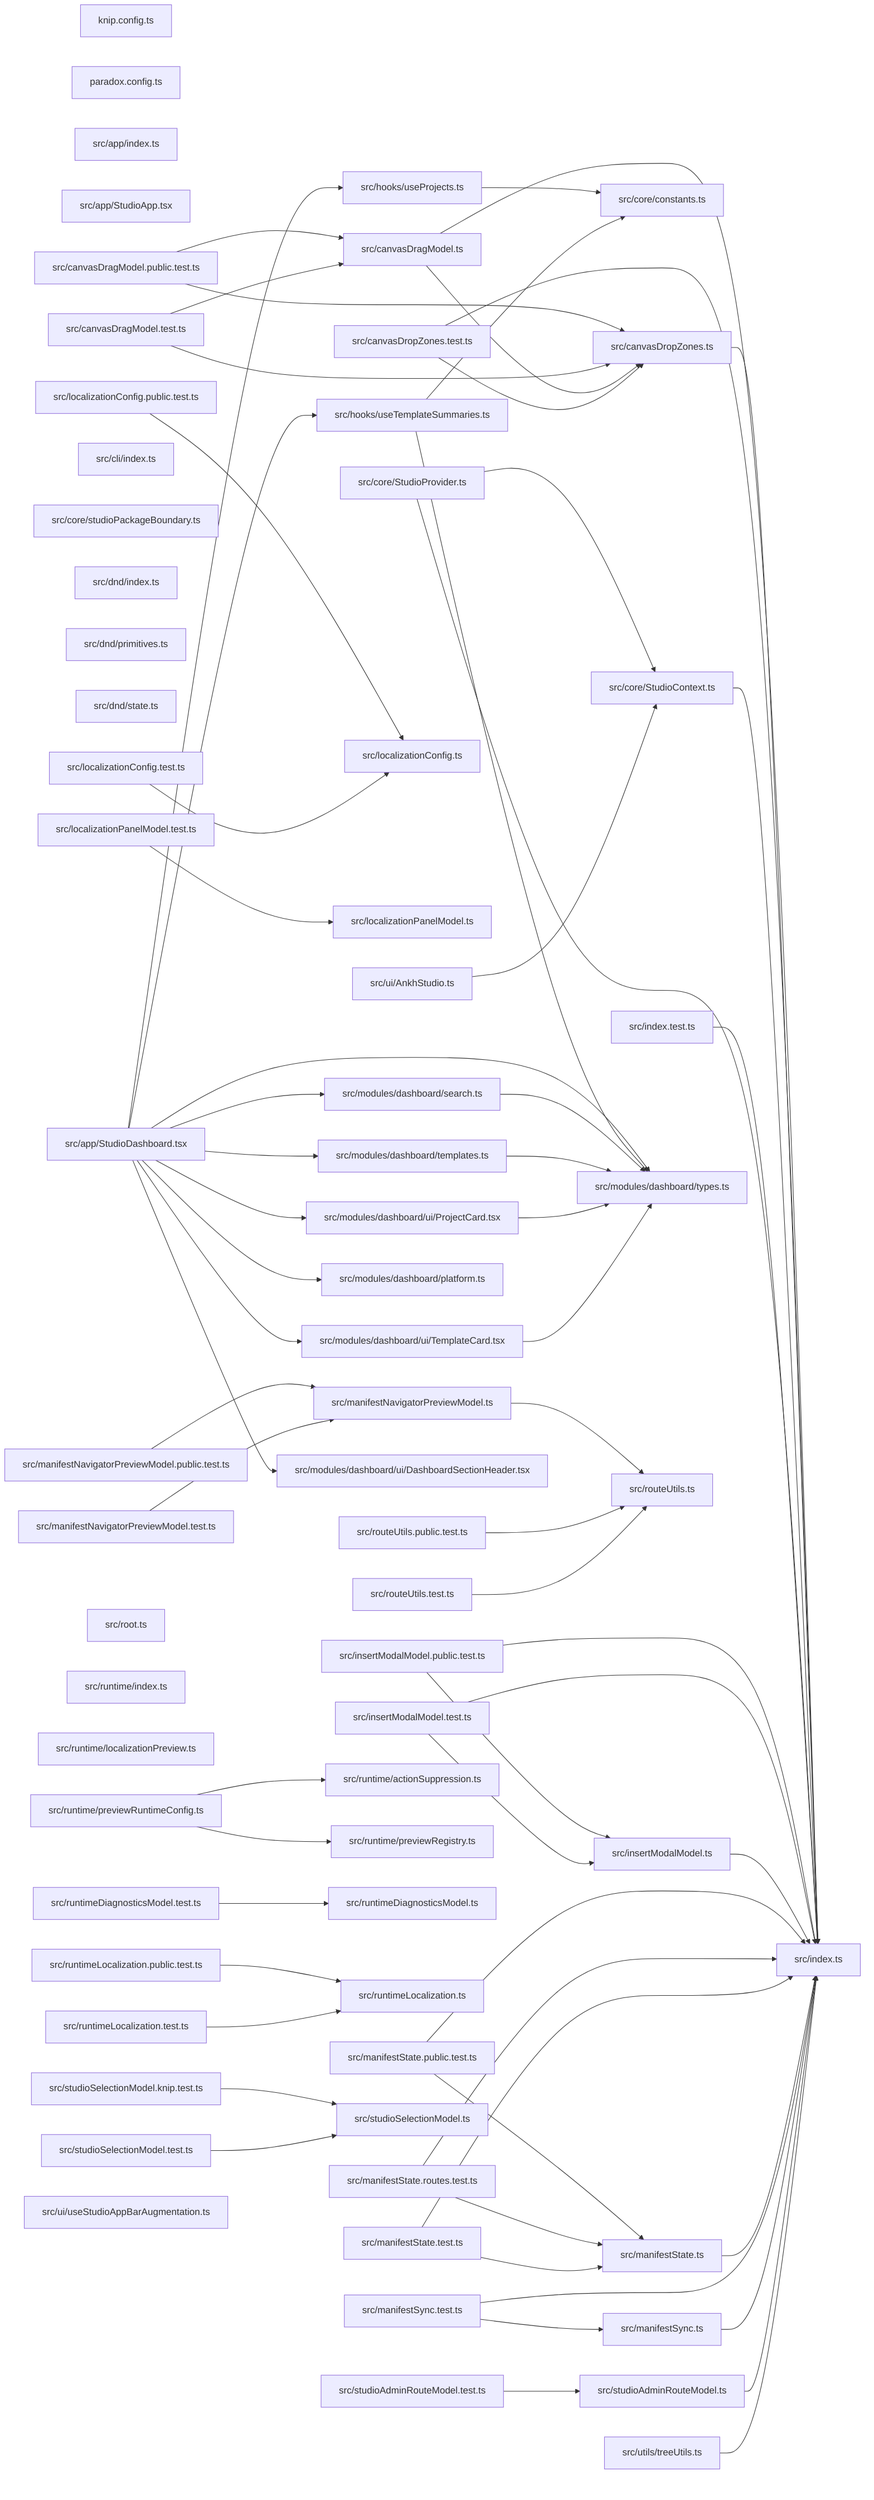
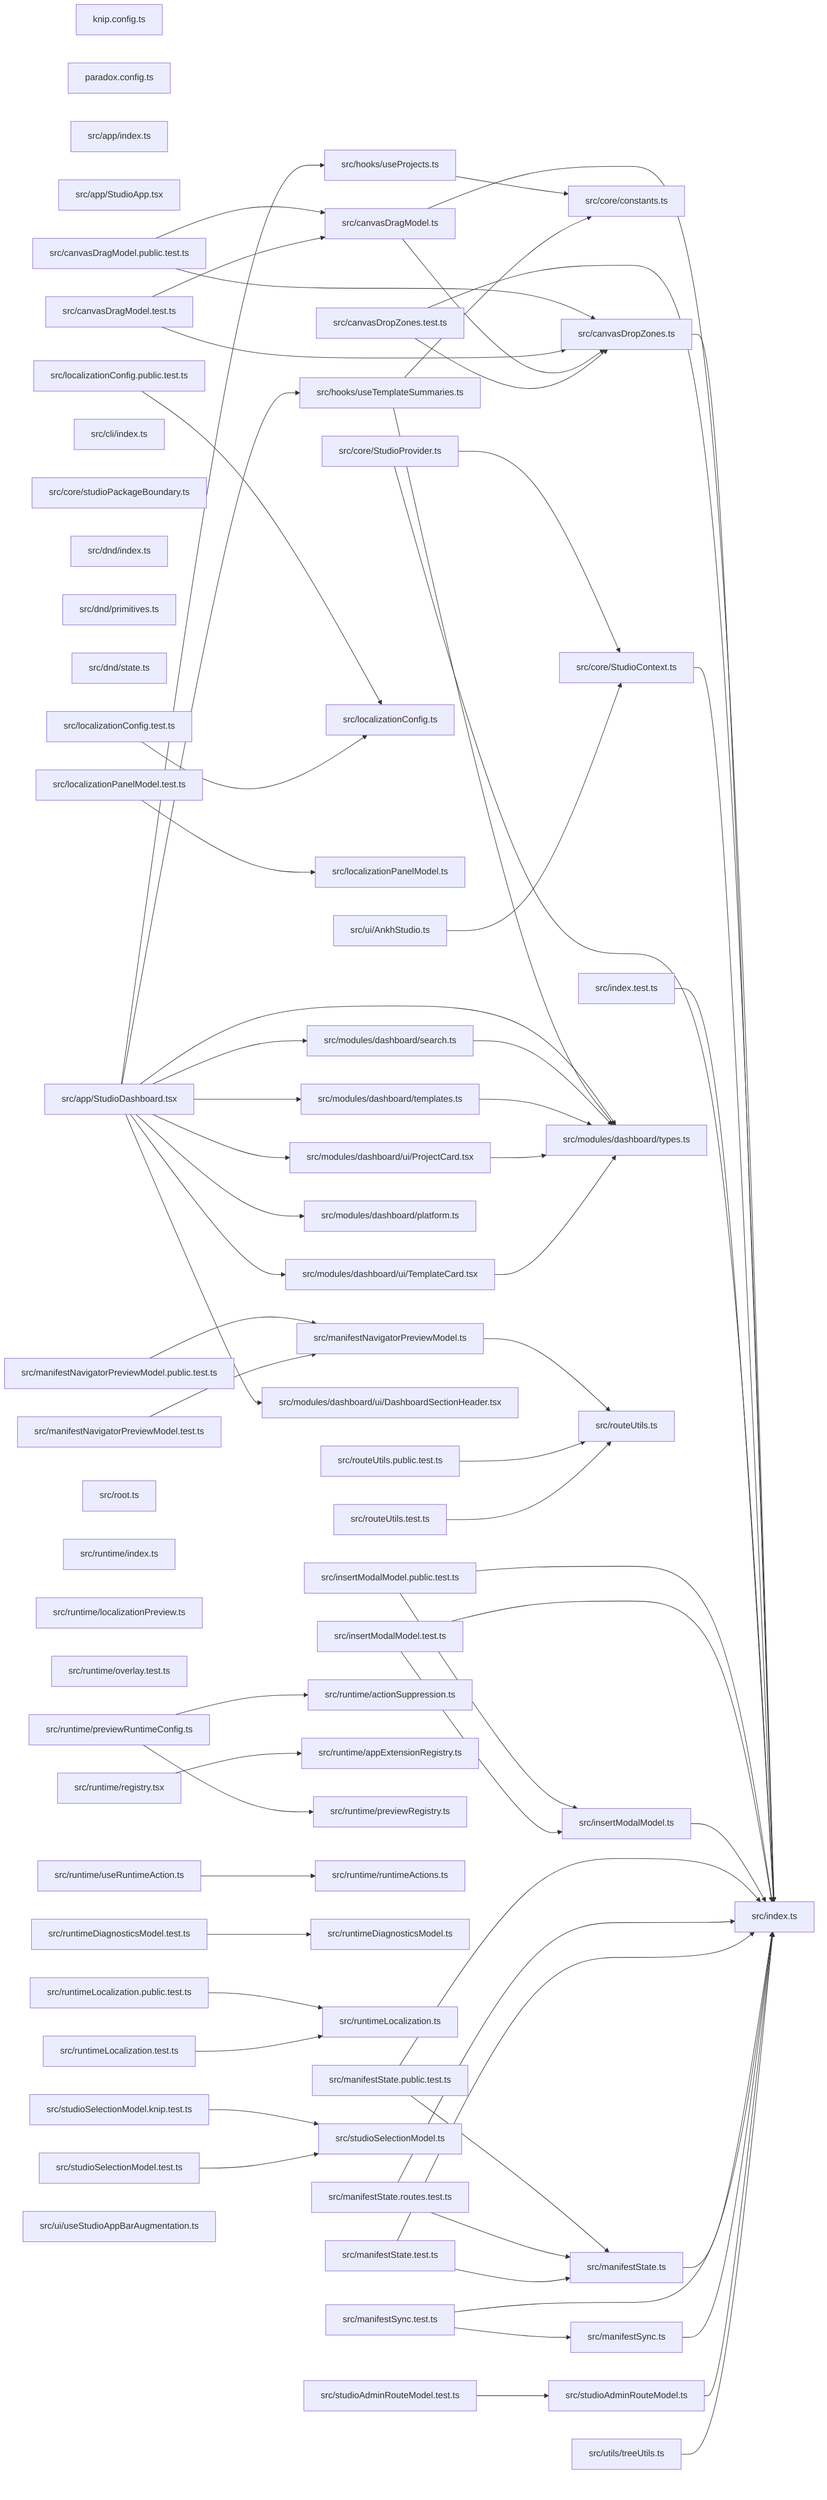
graph LR
  module_knip_config_ts["knip.config.ts"]
  module_paradox_config_ts["paradox.config.ts"]
  module_src_app_index_ts["src/app/index.ts"]
  module_src_app_StudioApp_tsx["src/app/StudioApp.tsx"]
  module_src_app_StudioDashboard_tsx["src/app/StudioDashboard.tsx"]
  module_src_canvasDragModel_public_test_ts["src/canvasDragModel.public.test.ts"]
  module_src_canvasDragModel_test_ts["src/canvasDragModel.test.ts"]
  module_src_canvasDragModel_ts["src/canvasDragModel.ts"]
  module_src_canvasDropZones_test_ts["src/canvasDropZones.test.ts"]
  module_src_canvasDropZones_ts["src/canvasDropZones.ts"]
  module_src_cli_index_ts["src/cli/index.ts"]
  module_src_core_constants_ts["src/core/constants.ts"]
  module_src_core_StudioContext_ts["src/core/StudioContext.ts"]
  module_src_core_studioPackageBoundary_ts["src/core/studioPackageBoundary.ts"]
  module_src_core_StudioProvider_ts["src/core/StudioProvider.ts"]
  module_src_dnd_index_ts["src/dnd/index.ts"]
  module_src_dnd_primitives_ts["src/dnd/primitives.ts"]
  module_src_dnd_state_ts["src/dnd/state.ts"]
  module_src_hooks_useProjects_ts["src/hooks/useProjects.ts"]
  module_src_hooks_useTemplateSummaries_ts["src/hooks/useTemplateSummaries.ts"]
  module_src_index_test_ts["src/index.test.ts"]
  module_src_index_ts["src/index.ts"]
  module_src_insertModalModel_public_test_ts["src/insertModalModel.public.test.ts"]
  module_src_insertModalModel_test_ts["src/insertModalModel.test.ts"]
  module_src_insertModalModel_ts["src/insertModalModel.ts"]
  module_src_localizationConfig_public_test_ts["src/localizationConfig.public.test.ts"]
  module_src_localizationConfig_test_ts["src/localizationConfig.test.ts"]
  module_src_localizationConfig_ts["src/localizationConfig.ts"]
  module_src_localizationPanelModel_test_ts["src/localizationPanelModel.test.ts"]
  module_src_localizationPanelModel_ts["src/localizationPanelModel.ts"]
  module_src_manifestNavigatorPreviewModel_public_test_ts["src/manifestNavigatorPreviewModel.public.test.ts"]
  module_src_manifestNavigatorPreviewModel_test_ts["src/manifestNavigatorPreviewModel.test.ts"]
  module_src_manifestNavigatorPreviewModel_ts["src/manifestNavigatorPreviewModel.ts"]
  module_src_manifestState_public_test_ts["src/manifestState.public.test.ts"]
  module_src_manifestState_routes_test_ts["src/manifestState.routes.test.ts"]
  module_src_manifestState_test_ts["src/manifestState.test.ts"]
  module_src_manifestState_ts["src/manifestState.ts"]
  module_src_manifestSync_test_ts["src/manifestSync.test.ts"]
  module_src_manifestSync_ts["src/manifestSync.ts"]
  module_src_modules_dashboard_platform_ts["src/modules/dashboard/platform.ts"]
  module_src_modules_dashboard_search_ts["src/modules/dashboard/search.ts"]
  module_src_modules_dashboard_templates_ts["src/modules/dashboard/templates.ts"]
  module_src_modules_dashboard_types_ts["src/modules/dashboard/types.ts"]
  module_src_modules_dashboard_ui_DashboardSectionHeader_tsx["src/modules/dashboard/ui/DashboardSectionHeader.tsx"]
  module_src_modules_dashboard_ui_ProjectCard_tsx["src/modules/dashboard/ui/ProjectCard.tsx"]
  module_src_modules_dashboard_ui_TemplateCard_tsx["src/modules/dashboard/ui/TemplateCard.tsx"]
  module_src_root_ts["src/root.ts"]
  module_src_routeUtils_public_test_ts["src/routeUtils.public.test.ts"]
  module_src_routeUtils_test_ts["src/routeUtils.test.ts"]
  module_src_routeUtils_ts["src/routeUtils.ts"]
  module_src_runtime_actionSuppression_ts["src/runtime/actionSuppression.ts"]
+   module_src_runtime_appExtensionRegistry_ts["src/runtime/appExtensionRegistry.ts"]
  module_src_runtime_index_ts["src/runtime/index.ts"]
  module_src_runtime_localizationPreview_ts["src/runtime/localizationPreview.ts"]
+   module_src_runtime_overlay_test_ts["src/runtime/overlay.test.ts"]
  module_src_runtime_previewRegistry_ts["src/runtime/previewRegistry.ts"]
  module_src_runtime_previewRuntimeConfig_ts["src/runtime/previewRuntimeConfig.ts"]
+   module_src_runtime_registry_tsx["src/runtime/registry.tsx"]
+   module_src_runtime_runtimeActions_ts["src/runtime/runtimeActions.ts"]
+   module_src_runtime_useRuntimeAction_ts["src/runtime/useRuntimeAction.ts"]
  module_src_runtimeDiagnosticsModel_test_ts["src/runtimeDiagnosticsModel.test.ts"]
  module_src_runtimeDiagnosticsModel_ts["src/runtimeDiagnosticsModel.ts"]
  module_src_runtimeLocalization_public_test_ts["src/runtimeLocalization.public.test.ts"]
  module_src_runtimeLocalization_test_ts["src/runtimeLocalization.test.ts"]
  module_src_runtimeLocalization_ts["src/runtimeLocalization.ts"]
  module_src_studioAdminRouteModel_test_ts["src/studioAdminRouteModel.test.ts"]
  module_src_studioAdminRouteModel_ts["src/studioAdminRouteModel.ts"]
  module_src_studioSelectionModel_knip_test_ts["src/studioSelectionModel.knip.test.ts"]
  module_src_studioSelectionModel_test_ts["src/studioSelectionModel.test.ts"]
  module_src_studioSelectionModel_ts["src/studioSelectionModel.ts"]
  module_src_ui_AnkhStudio_ts["src/ui/AnkhStudio.ts"]
  module_src_ui_useStudioAppBarAugmentation_ts["src/ui/useStudioAppBarAugmentation.ts"]
  module_src_utils_treeUtils_ts["src/utils/treeUtils.ts"]
  module_src_app_StudioDashboard_tsx --> module_src_hooks_useProjects_ts
  module_src_app_StudioDashboard_tsx --> module_src_hooks_useTemplateSummaries_ts
  module_src_app_StudioDashboard_tsx --> module_src_modules_dashboard_platform_ts
  module_src_app_StudioDashboard_tsx --> module_src_modules_dashboard_search_ts
  module_src_app_StudioDashboard_tsx --> module_src_modules_dashboard_templates_ts
  module_src_app_StudioDashboard_tsx --> module_src_modules_dashboard_types_ts
  module_src_app_StudioDashboard_tsx --> module_src_modules_dashboard_ui_DashboardSectionHeader_tsx
  module_src_app_StudioDashboard_tsx --> module_src_modules_dashboard_ui_ProjectCard_tsx
  module_src_app_StudioDashboard_tsx --> module_src_modules_dashboard_ui_TemplateCard_tsx
  module_src_canvasDragModel_public_test_ts --> module_src_canvasDragModel_ts
  module_src_canvasDragModel_public_test_ts --> module_src_canvasDropZones_ts
  module_src_canvasDragModel_test_ts --> module_src_canvasDragModel_ts
  module_src_canvasDragModel_test_ts --> module_src_canvasDropZones_ts
  module_src_canvasDragModel_ts --> module_src_canvasDropZones_ts
  module_src_canvasDragModel_ts --> module_src_index_ts
  module_src_canvasDropZones_test_ts --> module_src_canvasDropZones_ts
  module_src_canvasDropZones_test_ts --> module_src_index_ts
  module_src_canvasDropZones_ts --> module_src_index_ts
  module_src_core_StudioContext_ts --> module_src_index_ts
  module_src_core_StudioProvider_ts --> module_src_core_StudioContext_ts
  module_src_core_StudioProvider_ts --> module_src_index_ts
  module_src_hooks_useProjects_ts --> module_src_core_constants_ts
  module_src_hooks_useTemplateSummaries_ts --> module_src_core_constants_ts
  module_src_hooks_useTemplateSummaries_ts --> module_src_modules_dashboard_types_ts
  module_src_index_test_ts --> module_src_index_ts
  module_src_insertModalModel_public_test_ts --> module_src_index_ts
  module_src_insertModalModel_public_test_ts --> module_src_insertModalModel_ts
  module_src_insertModalModel_test_ts --> module_src_index_ts
  module_src_insertModalModel_test_ts --> module_src_insertModalModel_ts
  module_src_insertModalModel_ts --> module_src_index_ts
  module_src_localizationConfig_public_test_ts --> module_src_localizationConfig_ts
  module_src_localizationConfig_test_ts --> module_src_localizationConfig_ts
  module_src_localizationPanelModel_test_ts --> module_src_localizationPanelModel_ts
  module_src_manifestNavigatorPreviewModel_public_test_ts --> module_src_manifestNavigatorPreviewModel_ts
  module_src_manifestNavigatorPreviewModel_test_ts --> module_src_manifestNavigatorPreviewModel_ts
  module_src_manifestNavigatorPreviewModel_ts --> module_src_routeUtils_ts
  module_src_manifestState_public_test_ts --> module_src_index_ts
  module_src_manifestState_public_test_ts --> module_src_manifestState_ts
  module_src_manifestState_routes_test_ts --> module_src_index_ts
  module_src_manifestState_routes_test_ts --> module_src_manifestState_ts
  module_src_manifestState_test_ts --> module_src_index_ts
  module_src_manifestState_test_ts --> module_src_manifestState_ts
  module_src_manifestState_ts --> module_src_index_ts
  module_src_manifestSync_test_ts --> module_src_index_ts
  module_src_manifestSync_test_ts --> module_src_manifestSync_ts
  module_src_manifestSync_ts --> module_src_index_ts
  module_src_modules_dashboard_search_ts --> module_src_modules_dashboard_types_ts
  module_src_modules_dashboard_templates_ts --> module_src_modules_dashboard_types_ts
  module_src_modules_dashboard_ui_ProjectCard_tsx --> module_src_modules_dashboard_types_ts
  module_src_modules_dashboard_ui_TemplateCard_tsx --> module_src_modules_dashboard_types_ts
  module_src_routeUtils_public_test_ts --> module_src_routeUtils_ts
  module_src_routeUtils_test_ts --> module_src_routeUtils_ts
  module_src_runtime_previewRuntimeConfig_ts --> module_src_runtime_actionSuppression_ts
  module_src_runtime_previewRuntimeConfig_ts --> module_src_runtime_previewRegistry_ts
+   module_src_runtime_registry_tsx --> module_src_runtime_appExtensionRegistry_ts
+   module_src_runtime_useRuntimeAction_ts --> module_src_runtime_runtimeActions_ts
  module_src_runtimeDiagnosticsModel_test_ts --> module_src_runtimeDiagnosticsModel_ts
  module_src_runtimeLocalization_public_test_ts --> module_src_runtimeLocalization_ts
  module_src_runtimeLocalization_test_ts --> module_src_runtimeLocalization_ts
  module_src_studioAdminRouteModel_test_ts --> module_src_studioAdminRouteModel_ts
  module_src_studioAdminRouteModel_ts --> module_src_index_ts
  module_src_studioSelectionModel_knip_test_ts --> module_src_studioSelectionModel_ts
  module_src_studioSelectionModel_test_ts --> module_src_studioSelectionModel_ts
  module_src_ui_AnkhStudio_ts --> module_src_core_StudioContext_ts
  module_src_utils_treeUtils_ts --> module_src_index_ts
